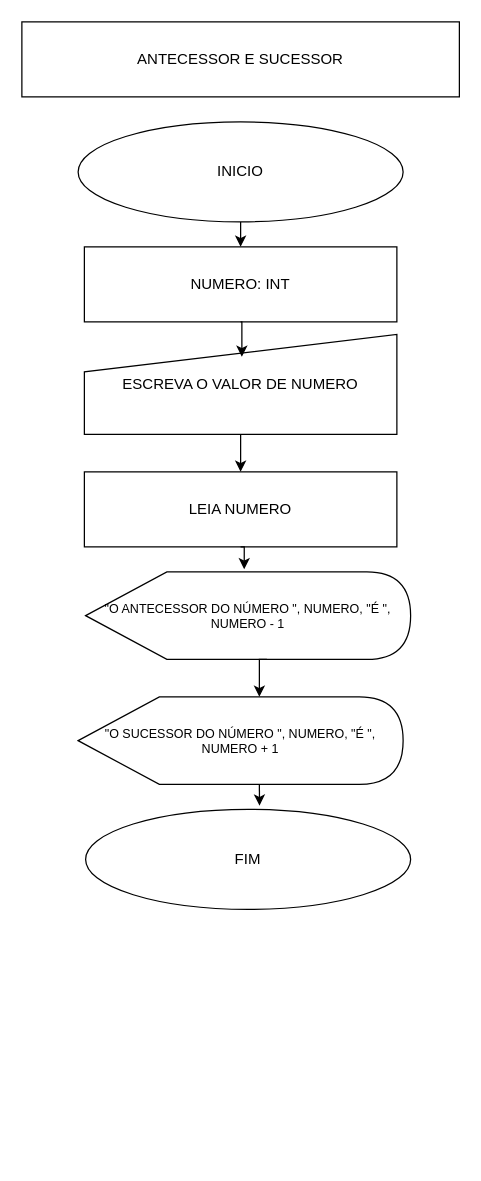
PadawanXXVI/logica_programacao_senai keeps this draw.io diagram as atividades/atividade4.drawio. Above is the earlier version. Source tidied: cells renumbered, new cells numbered last; positions are measured from the earlier drawing's top-left corner, leaving out a move shared by most shapes. Both pictures are drawn from the tidied source at 125%, with x=0, y=0 at pixel (21, 21).
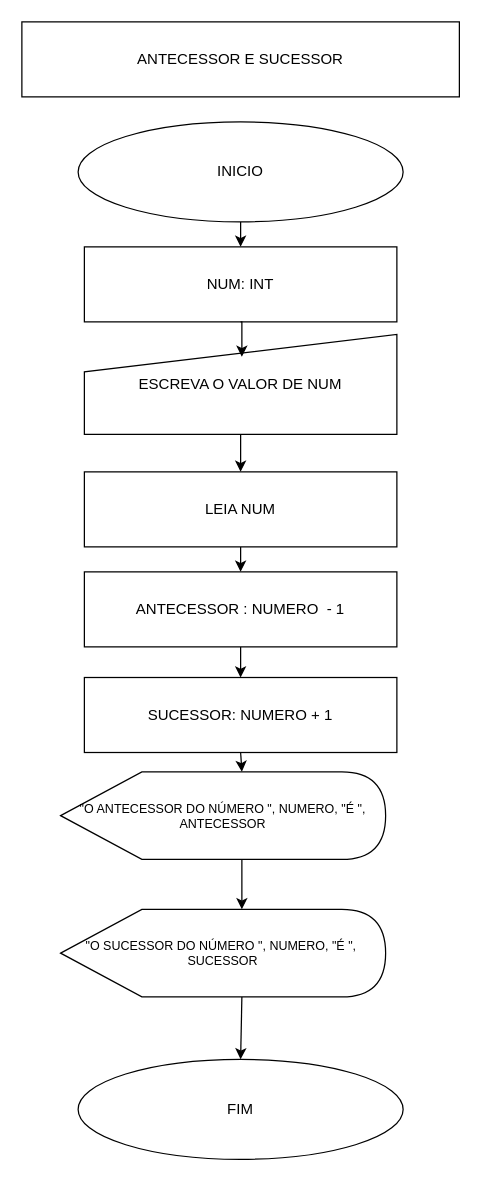
Above is the later version.

Commit message:
atualiação do diagrama

The edit, as a diff of the source:
```diff
@@
 <mxGraphModel>
   <root>
     <mxCell id="0" />
     <mxCell id="1" parent="0" />
     <mxCell id="2" value="ANTECESSOR E SUCESSOR" style="rounded=0;whiteSpace=wrap;html=1;" parent="1" vertex="1">
       <mxGeometry width="350" height="60" as="geometry" />
     </mxCell>
     <mxCell id="3" style="edgeStyle=orthogonalEdgeStyle;rounded=0;jettySize=auto;html=1;exitX=0.5;exitY=1;exitDx=0;exitDy=0;entryX=0.5;entryY=0;entryDx=0;entryDy=0;" parent="1" edge="1" source="4" target="5">
       <mxGeometry relative="1" as="geometry" />
     </mxCell>
     <mxCell id="4" value="INICIO" style="ellipse;whiteSpace=wrap;html=1;" parent="1" vertex="1">
       <mxGeometry x="45" y="80" width="260" height="80" as="geometry" />
     </mxCell>
-    <mxCell id="5" value="NUMERO: INT" style="rounded=0;whiteSpace=wrap;html=1;" parent="1" vertex="1">
+    <mxCell id="5" value="NUM: INT" style="rounded=0;whiteSpace=wrap;html=1;" parent="1" vertex="1">
       <mxGeometry x="50" y="180" width="250" height="60" as="geometry" />
     </mxCell>
     <mxCell id="6" style="edgeStyle=orthogonalEdgeStyle;rounded=0;jettySize=auto;html=1;exitX=0.5;exitY=1;exitDx=0;exitDy=0;entryX=0.5;entryY=0;entryDx=0;entryDy=0;" parent="1" edge="1" source="7" target="8">
       <mxGeometry relative="1" as="geometry" />
     </mxCell>
-    <mxCell id="7" value="ESCREVA O VALOR DE NUMERO" style="shape=manualInput;whiteSpace=wrap;html=1;" parent="1" vertex="1">
+    <mxCell id="7" value="ESCREVA O VALOR DE NUM" style="shape=manualInput;whiteSpace=wrap;html=1;" parent="1" vertex="1">
       <mxGeometry x="50" y="250" width="250" height="80" as="geometry" />
     </mxCell>
+    <mxCell id="16" style="edgeStyle=none;html=1;exitX=0.5;exitY=1;exitDx=0;exitDy=0;entryX=0.5;entryY=0;entryDx=0;entryDy=0;" parent="1" edge="1" source="8" target="18">
+      <mxGeometry relative="1" as="geometry" />
+    </mxCell>
-    <mxCell id="8" value="LEIA NUMERO" style="rounded=0;whiteSpace=wrap;html=1;" parent="1" vertex="1">
+    <mxCell id="8" value="LEIA NUM" style="rounded=0;whiteSpace=wrap;html=1;" parent="1" vertex="1">
       <mxGeometry x="50" y="360" width="250" height="60" as="geometry" />
     </mxCell>
-    <mxCell id="9" value="&quot;O ANTECESSOR DO NÚMERO &quot;, NUMERO, &quot;É &quot;, NUMERO - 1" style="shape=display;whiteSpace=wrap;html=1;align=center;verticalAlign=middle;fontSize=10;" parent="1" vertex="1">
-      <mxGeometry x="51" y="440" width="260" height="70" as="geometry" />
+    <mxCell id="9" value="&quot;O ANTECESSOR DO NÚMERO &quot;, NUMERO, &quot;É &quot;, ANTECESSOR" style="shape=display;whiteSpace=wrap;html=1;align=center;verticalAlign=middle;fontSize=10;" parent="1" vertex="1">
+      <mxGeometry x="31" y="600" width="260" height="70" as="geometry" />
     </mxCell>
+    <mxCell id="15" style="edgeStyle=none;html=1;exitX=0;exitY=0;exitDx=145;exitDy=70;exitPerimeter=0;entryX=0.5;entryY=0;entryDx=0;entryDy=0;" parent="1" edge="1" source="10" target="11">
+      <mxGeometry relative="1" as="geometry" />
+    </mxCell>
-    <mxCell id="10" value="&quot;O SUCESSOR DO NÚMERO &quot;, NUMERO, &quot;É &quot;, NUMERO + 1" style="shape=display;whiteSpace=wrap;html=1;align=center;verticalAlign=middle;fontSize=10;" parent="1" vertex="1">
-      <mxGeometry x="45" y="540" width="260" height="70" as="geometry" />
+    <mxCell id="10" value="&quot;O SUCESSOR DO NÚMERO &quot;, NUMERO, &quot;É &quot;,&amp;nbsp; SUCESSOR" style="shape=display;whiteSpace=wrap;html=1;align=center;verticalAlign=middle;fontSize=10;" parent="1" vertex="1">
+      <mxGeometry x="31" y="710" width="260" height="70" as="geometry" />
     </mxCell>
     <mxCell id="11" value="FIM" style="ellipse;whiteSpace=wrap;html=1;" parent="1" vertex="1">
-      <mxGeometry x="51" y="630" width="260" height="80" as="geometry" />
+      <mxGeometry x="45" y="830" width="260" height="80" as="geometry" />
     </mxCell>
     <mxCell id="12" style="edgeStyle=orthogonalEdgeStyle;rounded=0;jettySize=auto;html=1;exitX=0.5;exitY=1;exitDx=0;exitDy=0;entryX=0.504;entryY=0.225;entryDx=0;entryDy=0;entryPerimeter=0;" parent="1" edge="1" source="5" target="7">
       <mxGeometry relative="1" as="geometry" />
     </mxCell>
-    <mxCell id="13" style="edgeStyle=orthogonalEdgeStyle;rounded=0;jettySize=auto;html=1;exitX=0.5;exitY=1;exitDx=0;exitDy=0;entryX=0.488;entryY=-0.029;entryDx=0;entryDy=0;entryPerimeter=0;" parent="1" edge="1" source="8" target="9">
-      <mxGeometry relative="1" as="geometry" />
-    </mxCell>
     <mxCell id="14" style="edgeStyle=orthogonalEdgeStyle;rounded=0;jettySize=auto;html=1;exitX=0;exitY=0;exitDx=145;exitDy=70;exitPerimeter=0;entryX=0;entryY=0;entryDx=145;entryDy=0;entryPerimeter=0;" parent="1" edge="1" source="9" target="10">
       <mxGeometry relative="1" as="geometry" />
     </mxCell>
-    <mxCell id="15" style="edgeStyle=orthogonalEdgeStyle;rounded=0;jettySize=auto;html=1;exitX=0;exitY=0;exitDx=145;exitDy=70;exitPerimeter=0;entryX=0.535;entryY=-0.037;entryDx=0;entryDy=0;entryPerimeter=0;" parent="1" edge="1" source="10" target="11">
-      <mxGeometry relative="1" as="geometry" />
-    </mxCell>
+    <mxCell id="17" style="edgeStyle=none;html=1;exitX=0.5;exitY=1;exitDx=0;exitDy=0;entryX=0.5;entryY=0;entryDx=0;entryDy=0;" parent="1" edge="1" source="18" target="20">
+      <mxGeometry relative="1" as="geometry" />
+    </mxCell>
+    <mxCell id="18" value="ANTECESSOR : NUMERO&amp;nbsp; - 1" style="rounded=0;whiteSpace=wrap;html=1;" parent="1" vertex="1">
+      <mxGeometry x="50" y="440" width="250" height="60" as="geometry" />
+    </mxCell>
+    <mxCell id="19" style="edgeStyle=none;html=1;exitX=0.5;exitY=1;exitDx=0;exitDy=0;entryX=0;entryY=0;entryDx=145;entryDy=0;entryPerimeter=0;" parent="1" edge="1" source="20" target="9">
+      <mxGeometry relative="1" as="geometry" />
+    </mxCell>
+    <mxCell id="20" value="SUCESSOR: NUMERO + 1" style="rounded=0;whiteSpace=wrap;html=1;" parent="1" vertex="1">
+      <mxGeometry x="50" y="524.5" width="250" height="60" as="geometry" />
+    </mxCell>
   </root>
 </mxGraphModel>
```
